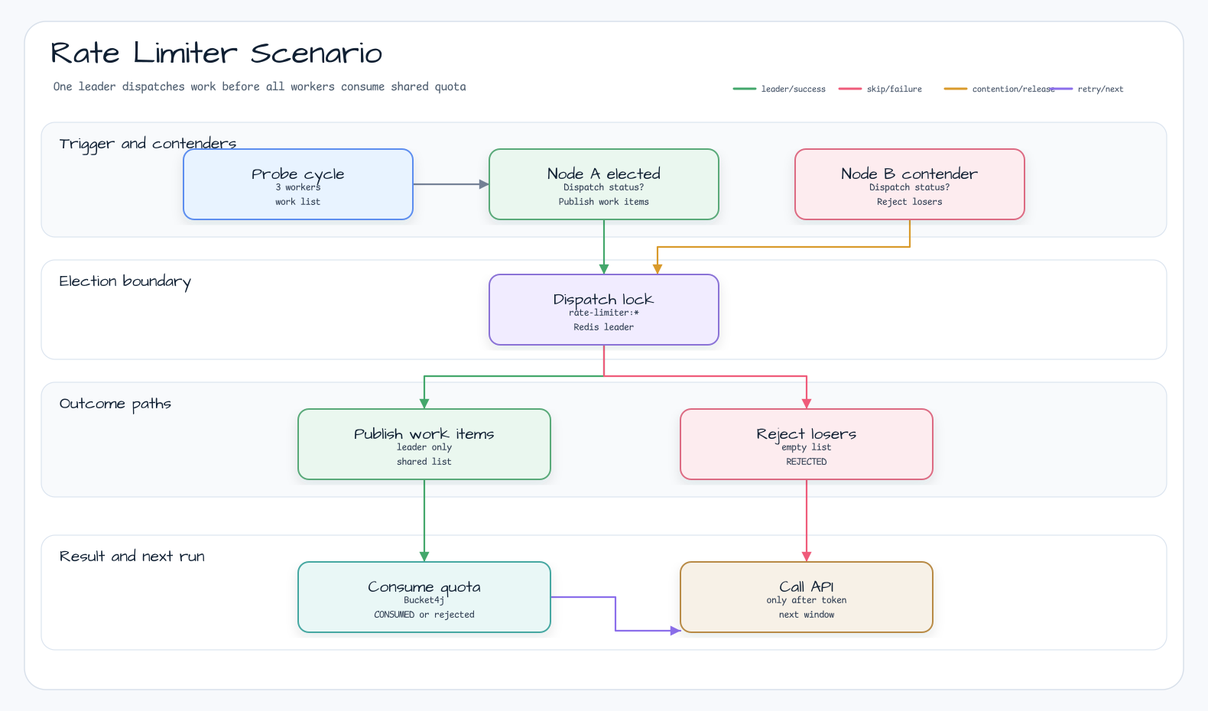
Before: docs/images/readme-diagrams/examples-rate-limiter-scenario-01.png, a diagram exported from Graphviz (bluetape4k/bluetape4k-leader). Its source is kept beside it as docs/images/readme-diagrams/examples-rate-limiter-scenario-01.dot. Source of this version:
```dot
digraph "examples-rate-limiter-scenario-01" {
  graph [layout=neato, rankdir=LR, splines=ortho, overlap=false, outputorder=edgesfirst, nodesep=0.55, ranksep=0.75, bgcolor="transparent", label="Rate Limiter Scenario", labelloc=t];
  node [shape=box, style="rounded,filled", fontname="Architects Daughter", fontsize=18, margin="0.16,0.10"];
  edge [color="#758297", penwidth=1.8, arrowsize=0.8, fontname="Comic Mono", fontsize=10];
  n0 [label="Probe cycle", fillcolor="#ffffff", color="#5B8DEF", width=4.17, height=1.28, pos="390.00,586.00!"];
  n1 [label="Node A elected", fillcolor="#ffffff", color="#58A978", width=4.17, height=1.28, pos="790.00,586.00!"];
  n2 [label="Node B contender", fillcolor="#ffffff", color="#DC6B82", width=4.17, height=1.28, pos="1190.00,586.00!"];
  n3 [label="Dispatch lock", fillcolor="#ffffff", color="#8A72D6", width=4.17, height=1.28, pos="790.00,422.00!"];
  n4 [label="Publish work items", fillcolor="#ffffff", color="#58A978", width=4.58, height=1.28, pos="555.00,246.00!"];
  n5 [label="Reject losers", fillcolor="#ffffff", color="#DC6B82", width=4.58, height=1.28, pos="1055.00,246.00!"];
  n6 [label="Consume quota", fillcolor="#ffffff", color="#45A7A1", width=4.58, height=1.28, pos="555.00,46.00!"];
  n7 [label="Call API", fillcolor="#ffffff", color="#B88A44", width=4.58, height=1.28, pos="1055.00,46.00!"];
  r1p1 [label="", shape=point, width=0.03, height=0.03, fixedsize=true, style=invis, pos="590.00,586.00!"];
  r1p2 [label="", shape=point, width=0.03, height=0.03, fixedsize=true, style=invis, pos="590.00,586.00!"];
  n0 -> r1p1 [arrowhead=none];
  r1p1 -> r1p2 [arrowhead=none];
  r1p2 -> n1 [];
  r2p1 [label="", shape=point, width=0.03, height=0.03, fixedsize=true, style=invis, pos="790.00,504.00!"];
  r2p2 [label="", shape=point, width=0.03, height=0.03, fixedsize=true, style=invis, pos="790.00,504.00!"];
  n1 -> r2p1 [arrowhead=none];
  r2p1 -> r2p2 [arrowhead=none];
  r2p2 -> n3 [];
  r3p1 [label="", shape=point, width=0.03, height=0.03, fixedsize=true, style=invis, pos="1190.00,504.00!"];
  r3p2 [label="", shape=point, width=0.03, height=0.03, fixedsize=true, style=invis, pos="860.00,504.00!"];
  n2 -> r3p1 [arrowhead=none];
  r3p1 -> r3p2 [arrowhead=none];
  r3p2 -> n3 [];
  r4p1 [label="", shape=point, width=0.03, height=0.03, fixedsize=true, style=invis, pos="790.00,335.00!"];
  r4p2 [label="", shape=point, width=0.03, height=0.03, fixedsize=true, style=invis, pos="555.00,335.00!"];
  n3 -> r4p1 [arrowhead=none];
  r4p1 -> r4p2 [arrowhead=none];
  r4p2 -> n4 [];
  r5p1 [label="", shape=point, width=0.03, height=0.03, fixedsize=true, style=invis, pos="790.00,335.00!"];
  r5p2 [label="", shape=point, width=0.03, height=0.03, fixedsize=true, style=invis, pos="1055.00,335.00!"];
  n3 -> r5p1 [arrowhead=none];
  r5p1 -> r5p2 [arrowhead=none];
  r5p2 -> n5 [];
  r6p1 [label="", shape=point, width=0.03, height=0.03, fixedsize=true, style=invis, pos="555.00,146.00!"];
  r6p2 [label="", shape=point, width=0.03, height=0.03, fixedsize=true, style=invis, pos="555.00,146.00!"];
  n4 -> r6p1 [arrowhead=none];
  r6p1 -> r6p2 [arrowhead=none];
  r6p2 -> n6 [];
  r7p1 [label="", shape=point, width=0.03, height=0.03, fixedsize=true, style=invis, pos="1055.00,146.00!"];
  r7p2 [label="", shape=point, width=0.03, height=0.03, fixedsize=true, style=invis, pos="1055.00,146.00!"];
  n5 -> r7p1 [arrowhead=none];
  r7p1 -> r7p2 [arrowhead=none];
  r7p2 -> n7 [];
  r8p1 [label="", shape=point, width=0.03, height=0.03, fixedsize=true, style=invis, pos="805.00,46.00!"];
  r8p2 [label="", shape=point, width=0.03, height=0.03, fixedsize=true, style=invis, pos="805.00,2.00!"];
  n6 -> r8p1 [arrowhead=none];
  r8p1 -> r8p2 [arrowhead=none];
  r8p2 -> n7 [];
}
```
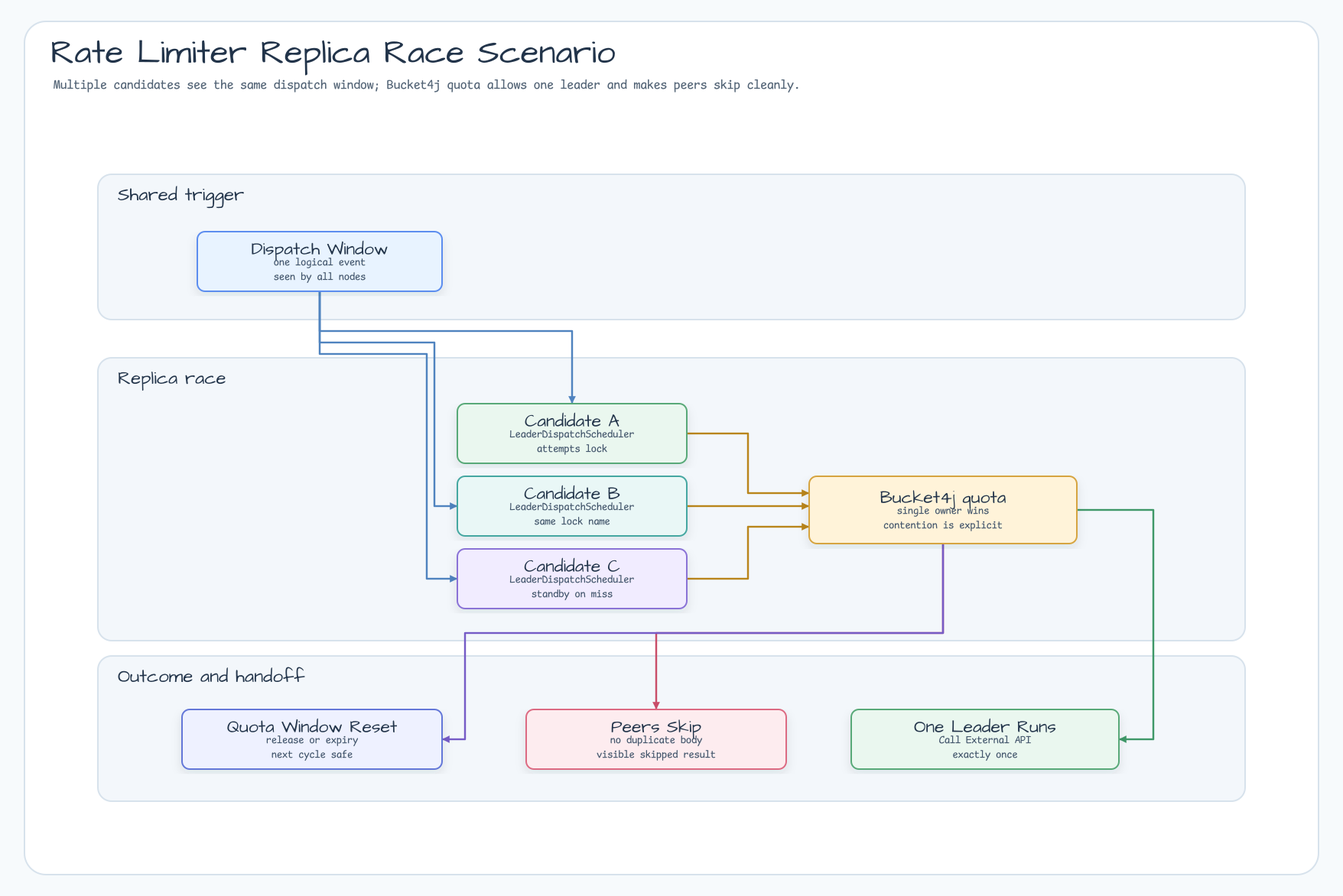
Above is the later version.

Diff of the diagram source:
```diff
@@ -1,53 +1,22 @@
 digraph "examples-rate-limiter-scenario-01" {
-  graph [layout=neato, rankdir=LR, splines=ortho, overlap=false, outputorder=edgesfirst, nodesep=0.55, ranksep=0.75, bgcolor="transparent", label="Rate Limiter Scenario", labelloc=t];
-  node [shape=box, style="rounded,filled", fontname="Architects Daughter", fontsize=18, margin="0.16,0.10"];
-  edge [color="#758297", penwidth=1.8, arrowsize=0.8, fontname="Comic Mono", fontsize=10];
-  n0 [label="Probe cycle", fillcolor="#ffffff", color="#5B8DEF", width=4.17, height=1.28, pos="390.00,586.00!"];
-  n1 [label="Node A elected", fillcolor="#ffffff", color="#58A978", width=4.17, height=1.28, pos="790.00,586.00!"];
-  n2 [label="Node B contender", fillcolor="#ffffff", color="#DC6B82", width=4.17, height=1.28, pos="1190.00,586.00!"];
-  n3 [label="Dispatch lock", fillcolor="#ffffff", color="#8A72D6", width=4.17, height=1.28, pos="790.00,422.00!"];
-  n4 [label="Publish work items", fillcolor="#ffffff", color="#58A978", width=4.58, height=1.28, pos="555.00,246.00!"];
-  n5 [label="Reject losers", fillcolor="#ffffff", color="#DC6B82", width=4.58, height=1.28, pos="1055.00,246.00!"];
-  n6 [label="Consume quota", fillcolor="#ffffff", color="#45A7A1", width=4.58, height=1.28, pos="555.00,46.00!"];
-  n7 [label="Call API", fillcolor="#ffffff", color="#B88A44", width=4.58, height=1.28, pos="1055.00,46.00!"];
-  r1p1 [label="", shape=point, width=0.03, height=0.03, fixedsize=true, style=invis, pos="590.00,586.00!"];
-  r1p2 [label="", shape=point, width=0.03, height=0.03, fixedsize=true, style=invis, pos="590.00,586.00!"];
-  n0 -> r1p1 [arrowhead=none];
-  r1p1 -> r1p2 [arrowhead=none];
-  r1p2 -> n1 [];
-  r2p1 [label="", shape=point, width=0.03, height=0.03, fixedsize=true, style=invis, pos="790.00,504.00!"];
-  r2p2 [label="", shape=point, width=0.03, height=0.03, fixedsize=true, style=invis, pos="790.00,504.00!"];
-  n1 -> r2p1 [arrowhead=none];
-  r2p1 -> r2p2 [arrowhead=none];
-  r2p2 -> n3 [];
-  r3p1 [label="", shape=point, width=0.03, height=0.03, fixedsize=true, style=invis, pos="1190.00,504.00!"];
-  r3p2 [label="", shape=point, width=0.03, height=0.03, fixedsize=true, style=invis, pos="860.00,504.00!"];
-  n2 -> r3p1 [arrowhead=none];
-  r3p1 -> r3p2 [arrowhead=none];
-  r3p2 -> n3 [];
-  r4p1 [label="", shape=point, width=0.03, height=0.03, fixedsize=true, style=invis, pos="790.00,335.00!"];
-  r4p2 [label="", shape=point, width=0.03, height=0.03, fixedsize=true, style=invis, pos="555.00,335.00!"];
-  n3 -> r4p1 [arrowhead=none];
-  r4p1 -> r4p2 [arrowhead=none];
-  r4p2 -> n4 [];
-  r5p1 [label="", shape=point, width=0.03, height=0.03, fixedsize=true, style=invis, pos="790.00,335.00!"];
-  r5p2 [label="", shape=point, width=0.03, height=0.03, fixedsize=true, style=invis, pos="1055.00,335.00!"];
-  n3 -> r5p1 [arrowhead=none];
-  r5p1 -> r5p2 [arrowhead=none];
-  r5p2 -> n5 [];
-  r6p1 [label="", shape=point, width=0.03, height=0.03, fixedsize=true, style=invis, pos="555.00,146.00!"];
-  r6p2 [label="", shape=point, width=0.03, height=0.03, fixedsize=true, style=invis, pos="555.00,146.00!"];
-  n4 -> r6p1 [arrowhead=none];
-  r6p1 -> r6p2 [arrowhead=none];
-  r6p2 -> n6 [];
-  r7p1 [label="", shape=point, width=0.03, height=0.03, fixedsize=true, style=invis, pos="1055.00,146.00!"];
-  r7p2 [label="", shape=point, width=0.03, height=0.03, fixedsize=true, style=invis, pos="1055.00,146.00!"];
-  n5 -> r7p1 [arrowhead=none];
-  r7p1 -> r7p2 [arrowhead=none];
-  r7p2 -> n7 [];
-  r8p1 [label="", shape=point, width=0.03, height=0.03, fixedsize=true, style=invis, pos="805.00,46.00!"];
-  r8p2 [label="", shape=point, width=0.03, height=0.03, fixedsize=true, style=invis, pos="805.00,2.00!"];
-  n6 -> r8p1 [arrowhead=none];
-  r8p1 -> r8p2 [arrowhead=none];
-  r8p2 -> n7 [];
+  graph [rankdir=LR, bgcolor="transparent", splines=ortho, nodesep=0.65, ranksep=0.9];
+  node [shape=box, style="rounded,filled", fillcolor="#F8FAFC", color="#94A3B8", fontname="Comic Mono"];
+  edge [color="#758297", fontname="Comic Mono", fontsize=10];
+  "tick" [label="Dispatch Window"];
+  "nodeA" [label="Candidate A"];
+  "nodeB" [label="Candidate B"];
+  "nodeC" [label="Candidate C"];
+  "backend" [label="Bucket4j quota"];
+  "recovery" [label="Quota Window Reset"];
+  "skipped" [label="Peers Skip"];
+  "leader" [label="One Leader Runs"];
+  "tick" -> "nodeA" [label="call"];
+  "tick" -> "nodeB" [label="call"];
+  "tick" -> "nodeC" [label="call"];
+  "nodeA" -> "backend" [label="contention"];
+  "nodeB" -> "backend" [label="contention"];
+  "nodeC" -> "backend" [label="contention"];
+  "backend" -> "leader" [label="success"];
+  "backend" -> "skipped" [label="skip"];
+  "backend" -> "recovery" [label="release"];
 }
```
